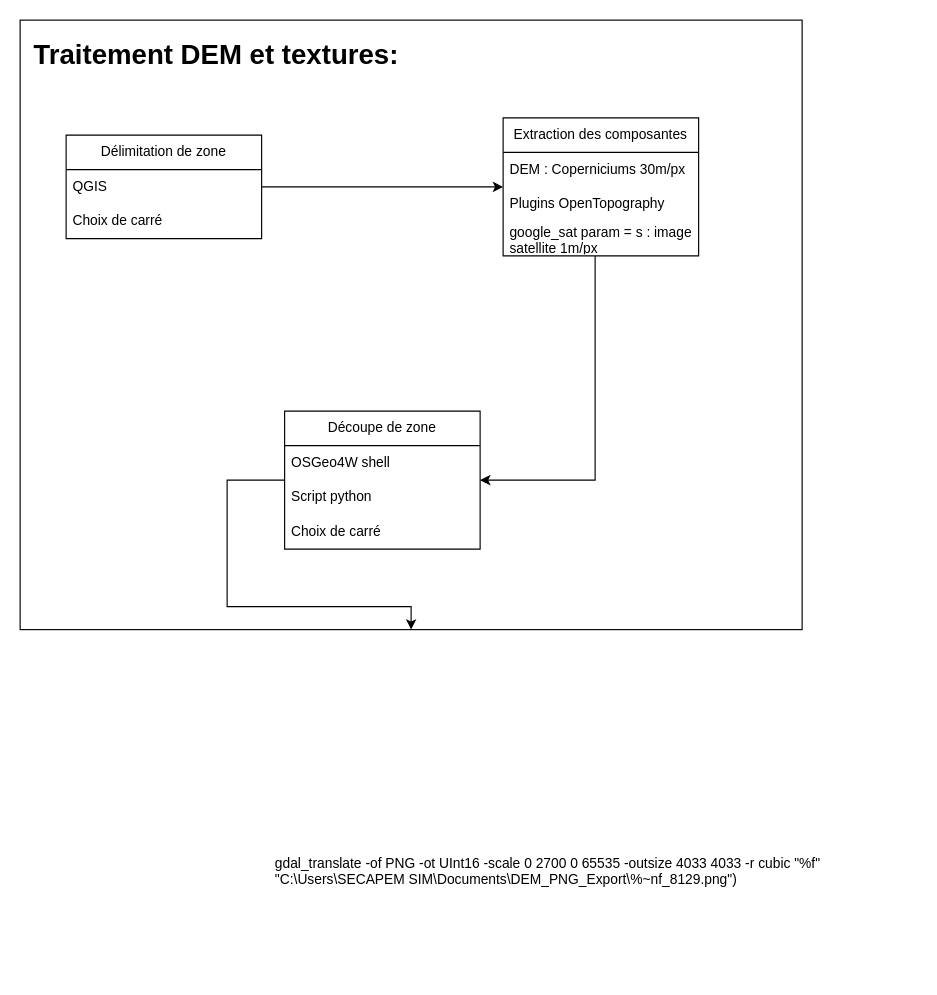
mathe2810/mathe2810 keeps this draw.io diagram as Chaine_de_traitement.drawio. Above is the earlier version. Source tidied: cells renumbered, new cells numbered last; positions are measured from the earlier drawing's top-left corner, leaving out a move shared by most shapes. Both pictures are drawn from the tidied source at 115%, with x=0, y=0 at pixel (20, 20).
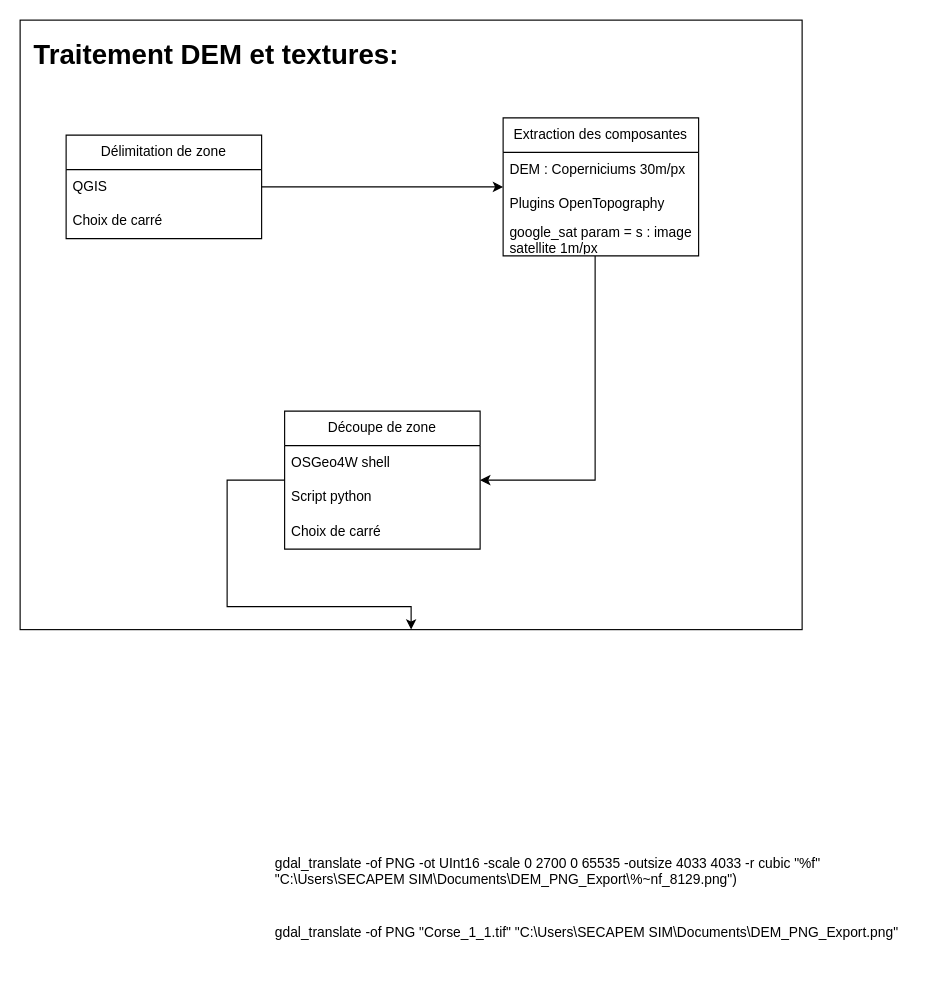
Above is the later version.

Commit message:
Mettre à jour Chaine_de_traitement.drawio

Diff of the diagram source:
```diff
@@
+    <mxCell id="19" value="gdal_translate -of PNG &quot;Corse_1_1.tif&quot; &quot;C:\Users\SECAPEM SIM\Documents\DEM_PNG_Export.png&quot;" style="text;whiteSpace=wrap;" parent="1" vertex="1">
+      <mxGeometry x="220" y="780" width="560" height="50" as="geometry" />
+    </mxCell>
```
